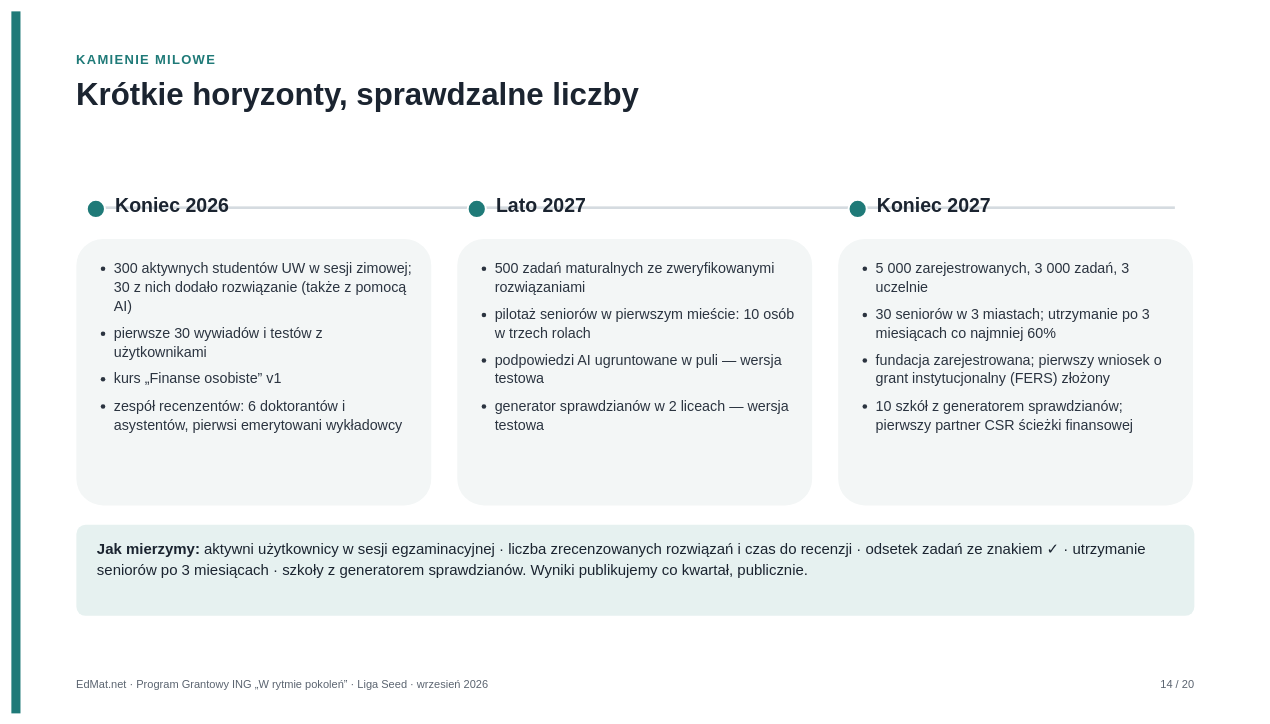
This is page "Kamienie milowe" (14 of 20) of grant/ING-2026/EdMat-ING-2026.drawio from tryingtodosth/edmat, a draw.io file, before an edit. Source tidied: cells renumbered, new cells numbered last; positions are measured from the earlier drawing's top-left corner, leaving out a move shared by most shapes. Both pictures are drawn from the tidied source at 65%, with x=0, y=0 at pixel (11, 11).
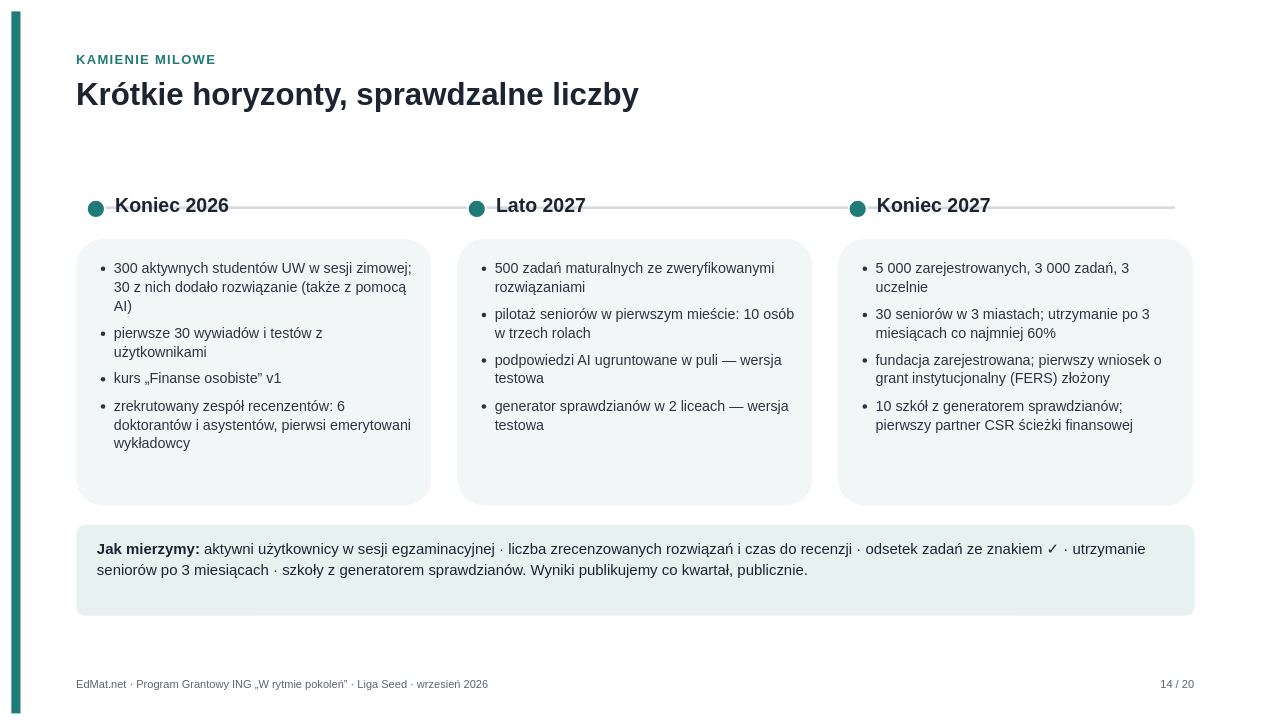
The same page after the edit.

Change to the diagram source:
```diff
@@
-    <mxCell id="10" value="&lt;div style=&quot;line-height:1.33&quot;&gt;&lt;ul style=&quot;margin:0;padding-left:30px&quot;&gt;&lt;li style=&quot;margin:0 0 12px 0&quot;&gt;300 aktywnych studentów UW w sesji zimowej; 30 z nich dodało rozwiązanie (także z pomocą AI)&lt;/li&gt;&lt;li style=&quot;margin:0 0 12px 0&quot;&gt;pierwsze 30 wywiadów i testów z użytkownikami&lt;/li&gt;&lt;li style=&quot;margin:0 0 12px 0&quot;&gt;kurs „Finanse osobiste” v1&lt;/li&gt;&lt;li style=&quot;margin:0 0 12px 0&quot;&gt;zespół recenzentów: 6 doktorantów i asystentów, pierwsi emerytowani wykładowcy&lt;/li&gt;&lt;/ul&gt;&lt;/div&gt;" style="text;html=1;strokeColor=none;fillColor=none;align=left;verticalAlign=top;whiteSpace=wrap;overflow=visible;fontFamily=Helvetica;fontSize=22;fontColor=#2B3440;fontStyle=0;spacing=0;spacingTop=0;spacingLeft=0;spacingRight=0;spacingBottom=0;" parent="1" vertex="1">
+    <mxCell id="10" value="&lt;div style=&quot;line-height:1.33&quot;&gt;&lt;ul style=&quot;margin:0;padding-left:30px&quot;&gt;&lt;li style=&quot;margin:0 0 12px 0&quot;&gt;300 aktywnych studentów UW w sesji zimowej; 30 z nich dodało rozwiązanie (także z pomocą AI)&lt;/li&gt;&lt;li style=&quot;margin:0 0 12px 0&quot;&gt;pierwsze 30 wywiadów i testów z użytkownikami&lt;/li&gt;&lt;li style=&quot;margin:0 0 12px 0&quot;&gt;kurs „Finanse osobiste” v1&lt;/li&gt;&lt;li style=&quot;margin:0 0 12px 0&quot;&gt;zrekrutowany zespół recenzentów: 6 doktorantów i asystentów, pierwsi emerytowani wykładowcy&lt;/li&gt;&lt;/ul&gt;&lt;/div&gt;" style="text;html=1;strokeColor=none;fillColor=none;align=left;verticalAlign=top;whiteSpace=wrap;overflow=visible;fontFamily=Helvetica;fontSize=22;fontColor=#2B3440;fontStyle=0;spacing=0;spacingTop=0;spacingLeft=0;spacingRight=0;spacingBottom=0;" parent="1" vertex="1">
       <mxGeometry x="128" y="376" width="490" height="370" as="geometry" />
     </mxCell>
```
